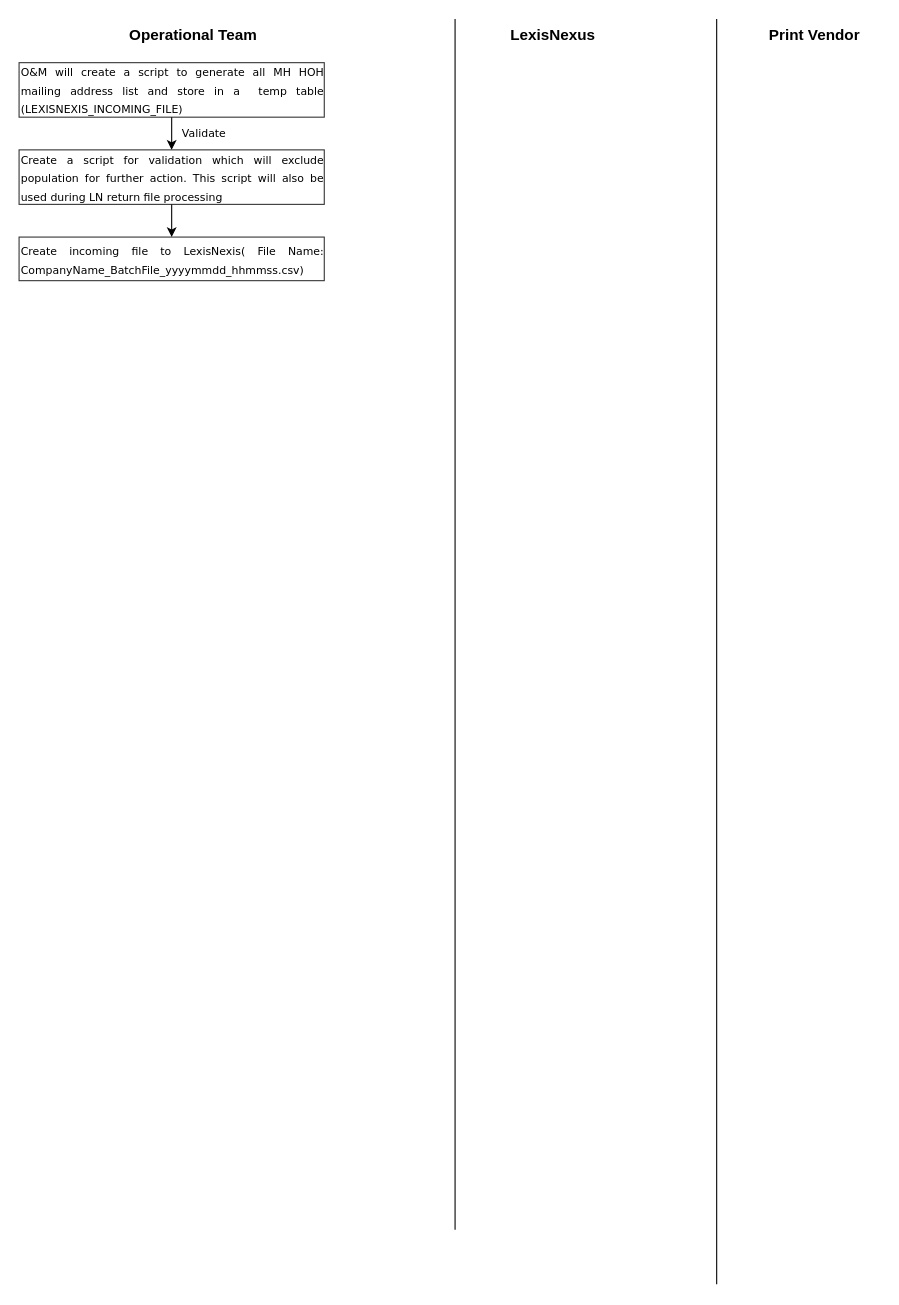
Earlier version of the draw.io diagram Untitled Diagram.drawio (prahlad2018/microservice). Source tidied: cells renumbered, new cells numbered last; positions are measured from the earlier drawing's top-left corner, leaving out a move shared by most shapes. Both pictures are drawn from the tidied source at 109%, with x=0, y=0 at pixel (19, 19).
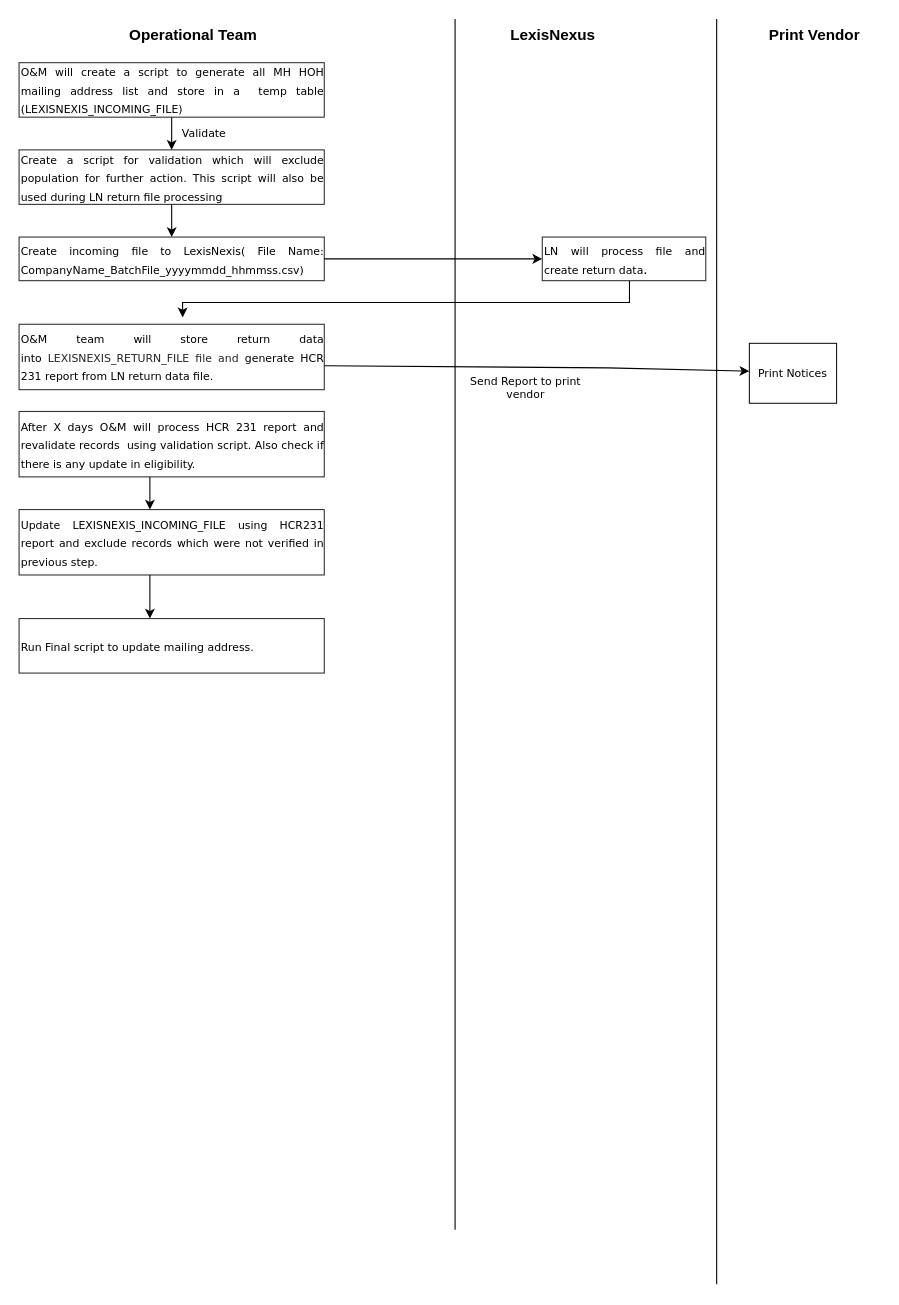
The same page after the edit.

Unchanged cells that the change refers to:
```xml
<mxCell id="11" value="&lt;p class=&quot;MsoNormal&quot;&gt;&lt;/p&gt;&lt;div style=&quot;text-align: justify;&quot;&gt;&lt;p class=&quot;MsoNormal&quot;&gt;&lt;font style=&quot;font-size: 10px;&quot; face=&quot;Verdana&quot;&gt;Create incoming file to LexisNexis( File Name: CompanyName_BatchFile_yyyymmdd_hhmmss.csv)&lt;/font&gt;&lt;/p&gt;&lt;/div&gt;&lt;p&gt;&lt;/p&gt;" style="text;html=1;strokeColor=#333333;fillColor=none;align=left;verticalAlign=middle;whiteSpace=wrap;rounded=0;fontSize=14;" parent="1" vertex="1">
  <mxGeometry y="200" width="280" height="40" as="geometry" />
</mxCell>
```

Change to the diagram source:
```diff
@@
+    <mxCell id="13" value="&lt;p class=&quot;MsoNormal&quot;&gt;&lt;/p&gt;&lt;div style=&quot;text-align: justify;&quot;&gt;&lt;p class=&quot;MsoNormal&quot;&gt;&lt;font style=&quot;font-size: 10px;&quot; face=&quot;Verdana&quot;&gt;LN will process file and create return data&lt;/font&gt;.&lt;/p&gt;&lt;/div&gt;&lt;p&gt;&lt;/p&gt;" style="text;html=1;strokeColor=#333333;fillColor=none;align=left;verticalAlign=middle;whiteSpace=wrap;rounded=0;fontSize=14;" parent="1" vertex="1">
+      <mxGeometry x="480" y="200" width="150" height="40" as="geometry" />
+    </mxCell>
+    <mxCell id="14" style="endArrow=classic;html=1;rounded=0;fontFamily=Verdana;fontSize=10;entryX=0;entryY=0.5;entryDx=0;entryDy=0;exitX=1;exitY=0.5;exitDx=0;exitDy=0;" parent="1" edge="1" source="11" target="13">
+      <mxGeometry relative="1" as="geometry" />
+    </mxCell>
+    <mxCell id="15" value="&lt;p class=&quot;MsoNormal&quot;&gt;&lt;/p&gt;&lt;div style=&quot;text-align: justify;&quot;&gt;&lt;p class=&quot;MsoNormal&quot;&gt;&lt;font style=&quot;font-size: 10px;&quot; face=&quot;Verdana&quot;&gt;&lt;font style=&quot;&quot;&gt;O&amp;amp;M team will store return data into&amp;nbsp;&lt;/font&gt;&lt;span style=&quot;background-color: rgb(255, 255, 255); color: rgb(36, 36, 36); text-align: start;&quot;&gt;LEXISNEXIS_RETURN_FILE file and&amp;nbsp;&lt;/span&gt;&lt;span style=&quot;background-color: initial;&quot;&gt;generate HCR 231 report from LN return data file.&lt;/span&gt;&lt;/font&gt;&lt;/p&gt;&lt;/div&gt;&lt;p&gt;&lt;/p&gt;" style="text;html=1;strokeColor=#333333;fillColor=none;align=left;verticalAlign=middle;whiteSpace=wrap;rounded=0;fontSize=14;" parent="1" vertex="1">
+      <mxGeometry y="280" width="280" height="60" as="geometry" />
+    </mxCell>
+    <mxCell id="16" style="endArrow=classic;html=1;rounded=0;fontFamily=Verdana;fontSize=10;" parent="1" edge="1">
+      <mxGeometry relative="1" as="geometry">
+        <mxPoint x="280" y="318" as="sourcePoint" />
+        <mxPoint x="670" y="323" as="targetPoint" />
+        <Array as="points">
+          <mxPoint x="540" y="320" />
+        </Array>
+      </mxGeometry>
+    </mxCell>
+    <mxCell id="17" value="Print Notices" style="text;html=1;strokeColor=#1A1A1A;fillColor=none;align=center;verticalAlign=middle;whiteSpace=wrap;rounded=0;fontFamily=Verdana;fontSize=10;" parent="1" vertex="1">
+      <mxGeometry x="670" y="297.5" width="80" height="55" as="geometry" />
+    </mxCell>
+    <mxCell id="18" style="endArrow=classic;html=1;rounded=0;fontFamily=Verdana;fontSize=10;entryX=0.536;entryY=-0.105;entryDx=0;entryDy=0;entryPerimeter=0;" parent="1" edge="1" target="15">
+      <mxGeometry relative="1" as="geometry">
+        <mxPoint x="560" y="240" as="sourcePoint" />
+        <Array as="points">
+          <mxPoint x="560" y="260" />
+          <mxPoint x="270" y="260" />
+          <mxPoint x="150" y="260" />
+        </Array>
+      </mxGeometry>
+    </mxCell>
+    <mxCell id="19" value="&lt;p class=&quot;MsoNormal&quot;&gt;&lt;/p&gt;&lt;div style=&quot;text-align: justify;&quot;&gt;&lt;p class=&quot;MsoNormal&quot;&gt;&lt;font face=&quot;Verdana&quot; style=&quot;&quot;&gt;&lt;span style=&quot;font-size: 10px;&quot;&gt;After X days O&amp;amp;M will process HCR 231 report and revalidate records&amp;nbsp; using validation script. Also check if there is any update in eligibility.&lt;/span&gt;&lt;/font&gt;&lt;/p&gt;&lt;/div&gt;&lt;p&gt;&lt;/p&gt;" style="text;html=1;strokeColor=#333333;fillColor=none;align=left;verticalAlign=middle;whiteSpace=wrap;rounded=0;fontSize=14;" parent="1" vertex="1">
+      <mxGeometry y="360" width="280" height="60" as="geometry" />
+    </mxCell>
+    <mxCell id="20" value="&lt;p class=&quot;MsoNormal&quot;&gt;&lt;/p&gt;&lt;div style=&quot;text-align: justify;&quot;&gt;&lt;p class=&quot;MsoNormal&quot;&gt;&lt;font style=&quot;font-size: 10px;&quot; face=&quot;Verdana&quot;&gt;Update&amp;nbsp;&lt;span style=&quot;background-color: initial;&quot;&gt;LEXISNEXIS_INCOMING_FILE using HCR231 report and exclude records which were not verified in previous step.&lt;/span&gt;&lt;/font&gt;&lt;/p&gt;&lt;/div&gt;&lt;p&gt;&lt;/p&gt;" style="text;html=1;strokeColor=#333333;fillColor=none;align=left;verticalAlign=middle;whiteSpace=wrap;rounded=0;fontSize=14;" parent="1" vertex="1">
+      <mxGeometry y="450" width="280" height="60" as="geometry" />
+    </mxCell>
+    <mxCell id="21" value="Send Report to print vendor" style="text;html=1;strokeColor=none;fillColor=none;align=center;verticalAlign=middle;whiteSpace=wrap;rounded=0;fontFamily=Verdana;fontSize=10;" parent="1" vertex="1">
+      <mxGeometry x="410" y="322.5" width="110" height="30" as="geometry" />
+    </mxCell>
+    <mxCell id="22" value="&lt;p class=&quot;MsoNormal&quot;&gt;&lt;/p&gt;&lt;div style=&quot;text-align: justify;&quot;&gt;&lt;p class=&quot;MsoNormal&quot;&gt;&lt;font face=&quot;Verdana&quot;&gt;&lt;span style=&quot;font-size: 10px;&quot;&gt;Run Final script to update mailing address.&lt;/span&gt;&lt;/font&gt;&lt;/p&gt;&lt;/div&gt;&lt;p&gt;&lt;/p&gt;" style="text;html=1;strokeColor=#333333;fillColor=none;align=left;verticalAlign=middle;whiteSpace=wrap;rounded=0;fontSize=14;" parent="1" vertex="1">
+      <mxGeometry y="550" width="280" height="50" as="geometry" />
+    </mxCell>
+    <mxCell id="23" style="endArrow=classic;html=1;rounded=0;fontFamily=Verdana;fontSize=10;" parent="1" edge="1">
+      <mxGeometry relative="1" as="geometry">
+        <mxPoint x="120" y="420" as="sourcePoint" />
+        <mxPoint x="120" y="450" as="targetPoint" />
+      </mxGeometry>
+    </mxCell>
+    <mxCell id="24" style="endArrow=classic;html=1;rounded=0;fontFamily=Verdana;fontSize=10;" parent="1" edge="1">
+      <mxGeometry relative="1" as="geometry">
+        <mxPoint x="120" y="510" as="sourcePoint" />
+        <mxPoint x="120" y="550" as="targetPoint" />
+      </mxGeometry>
+    </mxCell>
```
